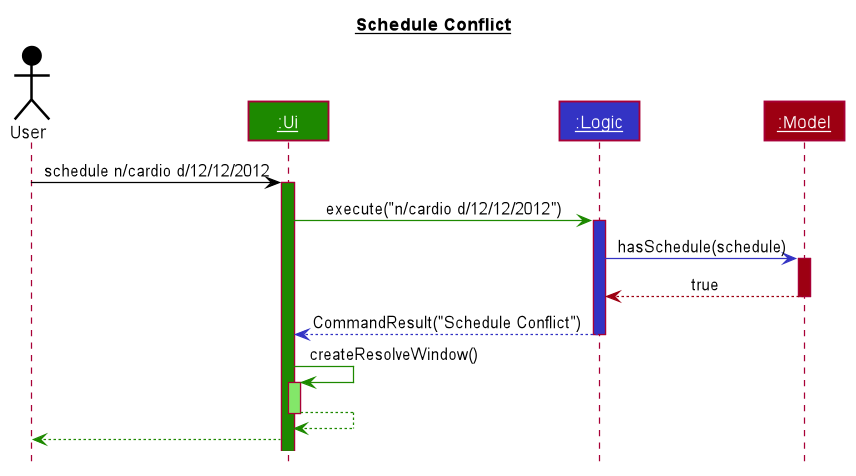
Above: images/ScheduleConflict.png in AY1920S1-CS2103T-T09-2/main (PlantUML), before the change. Its diagram source:
```plantuml
@startuml ScheduleConflict








skinparam BackgroundColor #FFFFFFF

skinparam Shadowing false

skinparam Class {
    FontColor #FFFFFF
    BorderThickness 1
    BorderColor #FFFFFF
    StereotypeFontColor #FFFFFF
    FontName Arial
}

skinparam Actor {
    BorderColor #000000
    Color #000000
    FontName Arial
}

skinparam Sequence {
    MessageAlign center
    BoxFontSize 15
    BoxPadding 0
    BoxFontColor #FFFFFF
    FontName Arial
}

skinparam Participant {
    FontColor #FFFFFFF
    Padding 20
}

skinparam MinClassWidth 50
skinparam ParticipantPadding 10
skinparam Shadowing false
skinparam DefaultTextAlignment center
skinparam packageStyle Rectangle

hide footbox
hide members
hide circle

title __Schedule Conflict__
actor User #000000
participant "__:Ui__" as Ui #1D8900
participant "__:Logic__" as Logic #3333C4
participant "__:Model__" as Model #9D0012

User -[#000000]> Ui: schedule n/cardio d/12/12/2012
activate Ui #1D8900

Ui -[#1D8900]> Logic: execute("n/cardio d/12/12/2012")
activate Logic #3333C4

Logic -[#3333C4]> Model: hasSchedule(schedule)
activate Model #9D0012

Model --[#9D0012]> Logic: true
deactivate Model

Logic --[#3333C4]> Ui: CommandResult("Schedule Conflict")
deactivate Logic

Ui -[#1D8900]> Ui: createResolveWindow()
activate Ui #83E769
return
Ui --[#1D8900]> User

@enduml
```
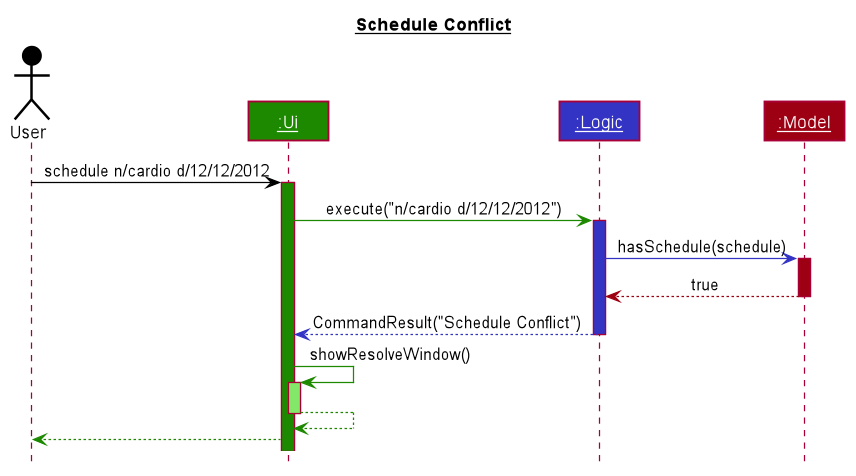
After the change.

The edit, as a diff of the source:
```diff
@@ -69,7 +69,7 @@
 Logic --[#3333C4]> Ui: CommandResult("Schedule Conflict")
 deactivate Logic
 
-Ui -[#1D8900]> Ui: createResolveWindow()
+Ui -[#1D8900]> Ui: showResolveWindow()
 activate Ui #83E769
 return
 Ui --[#1D8900]> User
```
